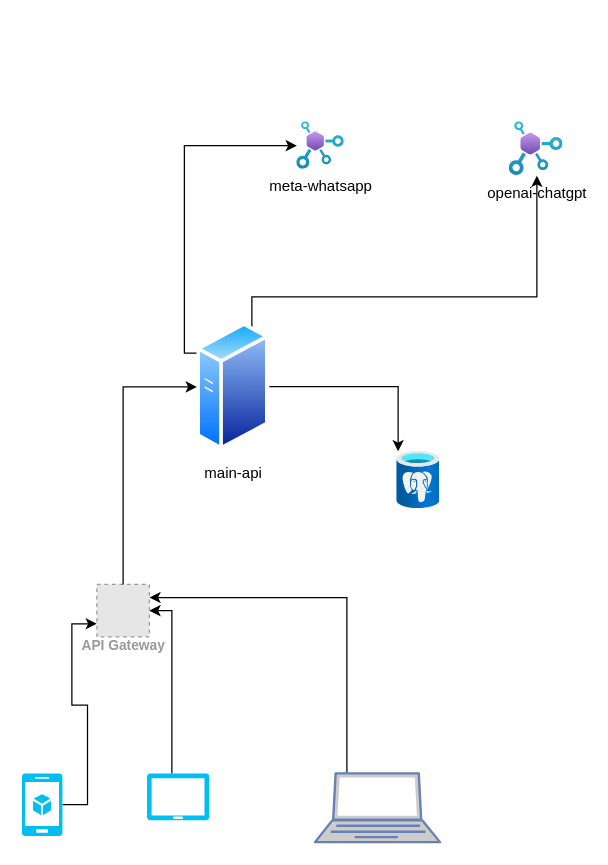
This is wa-chatgpt/infra.drawio from eacevedof/prj_python37, a draw.io file, before an edit. Source tidied: cells renumbered, new cells numbered last; positions are measured from the earlier drawing's top-left corner, leaving out a move shared by most shapes. Both pictures are drawn from the tidied source at 125%, with x=0, y=0 at pixel (21, 121). Pictures stored in the file or linked from it are replaced by grey dashed boxes.
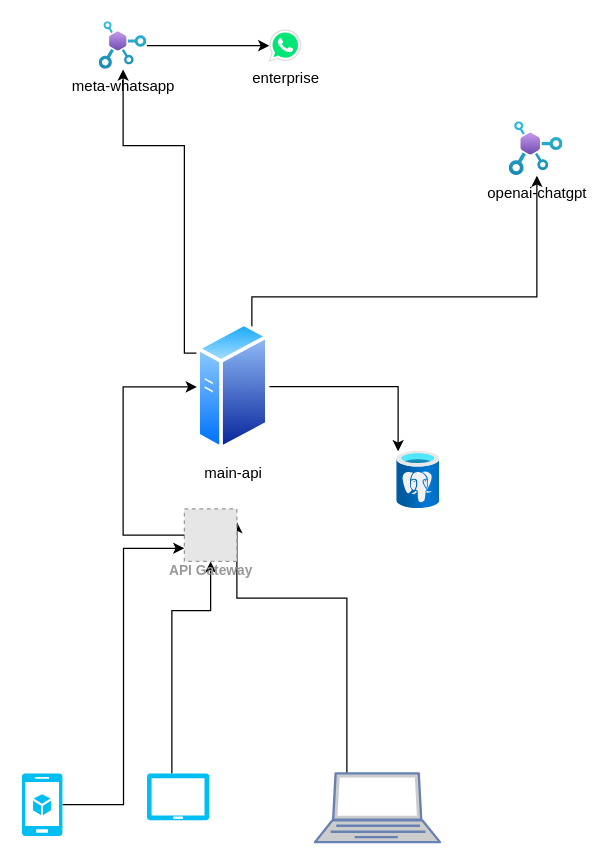
The same page after the edit.

The edit, as a diff of the source:
```diff
@@
+    <mxCell id="17" style="edgeStyle=orthogonalEdgeStyle;rounded=0;jettySize=auto;html=1;" parent="1" edge="1" source="2" target="18">
+      <mxGeometry relative="1" as="geometry" />
+    </mxCell>
     <mxCell id="2" value="meta-whatsapp" style="image;html=1;points=[];align=center;fontSize=12;image=img/lib/azure2/web/API_Center.svg;" parent="1" vertex="1">
-      <mxGeometry x="220" width="38" height="38" as="geometry" />
+      <mxGeometry x="62" y="-80" width="38" height="38" as="geometry" />
     </mxCell>
@@
     <mxCell id="15" value="API Gateway" style="fillColor=#E6E6E6;strokeColor=#999999;dashed=1;html=1;verticalAlign=top;labelPosition=center;verticalLabelPosition=bottom;align=center;spacingTop=-6;fontSize=11;fontStyle=1;fontColor=#999999;" parent="1" vertex="1">
-      <mxGeometry x="60" y="370" width="42" height="42" as="geometry" />
+      <mxGeometry x="130" y="309.6" width="42" height="42" as="geometry" />
     </mxCell>
@@
+    <mxCell id="18" value="enterprise" style="dashed=0;outlineConnect=0;html=1;align=center;labelPosition=center;verticalLabelPosition=bottom;verticalAlign=top;shape=mxgraph.weblogos.whatsapp;fillColor=#00E676;strokeColor=#dddddd;" parent="1" vertex="1">
+      <mxGeometry x="198" y="-73.4" width="25" height="24.8" as="geometry" />
+    </mxCell>
```
